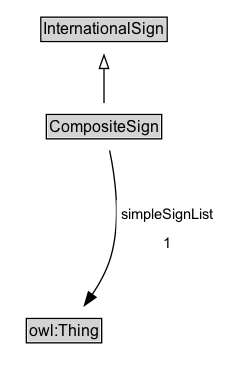
The Graphviz diagram docs/diagrams/CompositeSign.dot.png in k-vaughn/ontology-its-regulation, before a commit. Its source is kept beside it as docs/diagrams/CompositeSign.dot.
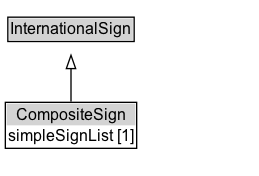
The same file after the commit.

Change to the diagram source:
```diff
@@ -6,18 +6,13 @@
 		rank=source
 		InternationalSign [label=<<TABLE BORDER="1" CELLBORDER="0" CELLSPACING="0" CELLPADDING="1"><TR><TD BGCOLOR="lightgray" ALIGN="CENTER">InternationalSign</TD></TR></TABLE>> URL="../InternationalSign" margin=0]
 	}
-	CompositeSign [label=<<TABLE BORDER="1" CELLBORDER="0" CELLSPACING="0" CELLPADDING="1"><TR><TD BGCOLOR="lightgray" ALIGN="CENTER">CompositeSign</TD></TR></TABLE>> URL="../CompositeSign" margin=0]
+	CompositeSign [label=<<TABLE BORDER="1" CELLBORDER="0" CELLSPACING="0" CELLPADDING="1"><TR><TD BGCOLOR="lightgray" ALIGN="CENTER">CompositeSign</TD></TR><TR><TD ALIGN="LEFT">simpleSignList [1]</TD></TR></TABLE>> URL="../CompositeSign" margin=0]
 	{
 		rank=max
 	}
 	subgraph cluster_associated {
 		label="" style=invis
 		Invis [label=<<TABLE BORDER="0" CELLBORDER="0" CELLSPACING="0" CELLPADDING="1"><TR><TD></TD></TR></TABLE>> margin=0 style=invis]
-		owl_Thing [label=<<TABLE BORDER="1" CELLBORDER="0" CELLSPACING="0" CELLPADDING="1"><TR><TD BGCOLOR="lightgray" ALIGN="CENTER">owl:Thing</TD></TR></TABLE>> URL="https://w3id.org/citydata/imported/owl/latest/Thing" margin=0]
 	}
 	CompositeSign -> InternationalSign [arrowhead=onormal style=solid]
-	CompositeSign -> Invis [style=invis]
-	Invis -> owl_Thing [style=invis]
-	owl_Thing [label=<<TABLE BORDER="1" CELLBORDER="0" CELLSPACING="0" CELLPADDING="1"><TR><TD BGCOLOR="lightgray" ALIGN="CENTER">owl:Thing</TD></TR></TABLE>> URL="https://w3id.org/citydata/imported/owl/latest/Thing" margin=0]
-	CompositeSign -> owl_Thing [label=<<TABLE BORDER="0" CELLBORDER="0" CELLSPACING="0" CELLPADDING="4" BGCOLOR="white"><TR><TD ALIGN="CENTER">simpleSignList</TD></TR><TR><TD ALIGN="CENTER">1</TD></TR></TABLE>> arrowhead=normal style=solid]
 }
```
